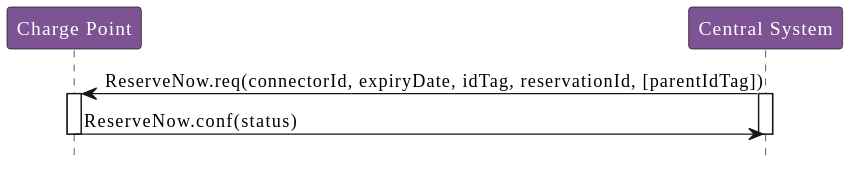
Before: OCPP_1.6/images/figure_34.svg, a diagram exported from PlantUML (phoi5675/ocpp-markdown).
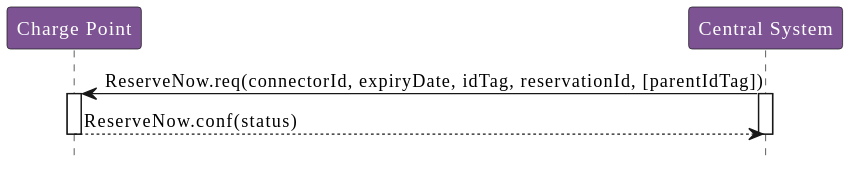
After the commit.

Change to the diagram source:
```diff
@@ -5,12 +5,10 @@
 participant "Central System" as CentralSystem
 
 CentralSystem -> ChargePoint : ReserveNow.req(connectorId, expiryDate, idTag, reservationId, [parentIdTag])
-
 activate ChargePoint
 activate CentralSystem
 
-ChargePoint -> CentralSystem : ReserveNow.conf(status)
-
+ChargePoint --> CentralSystem : ReserveNow.conf(status)
 deactivate CentralSystem
 deactivate ChargePoint
 @enduml
```
